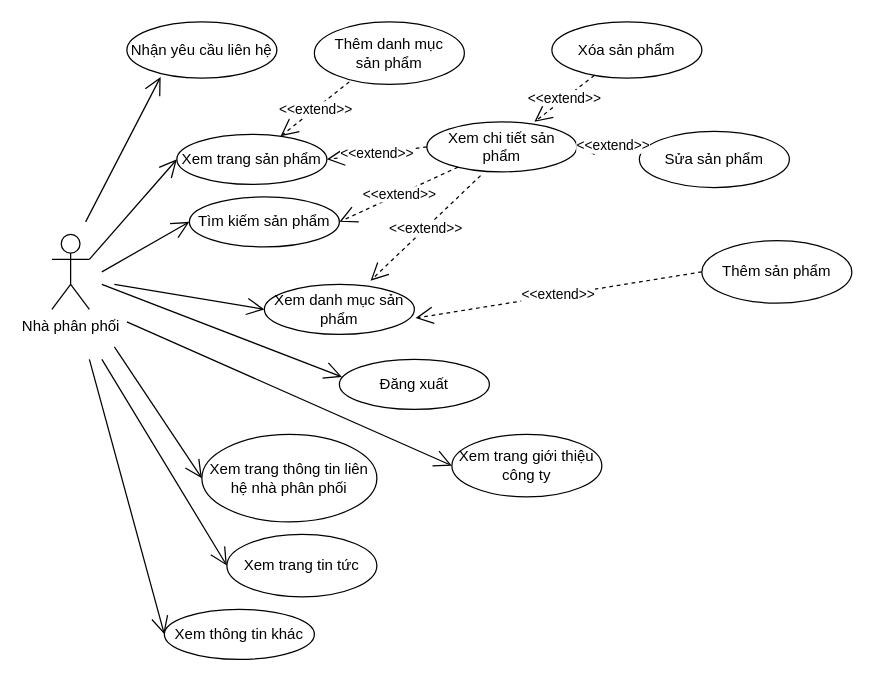
Earlier version of the draw.io diagram Use Case/providerUC.drawio (hoangminh15/PTTKHT). Source tidied: cells renumbered, new cells numbered last; positions are measured from the earlier drawing's top-left corner, leaving out a move shared by most shapes. Both pictures are drawn from the tidied source at 125%, with x=0, y=0 at pixel (51, 21).
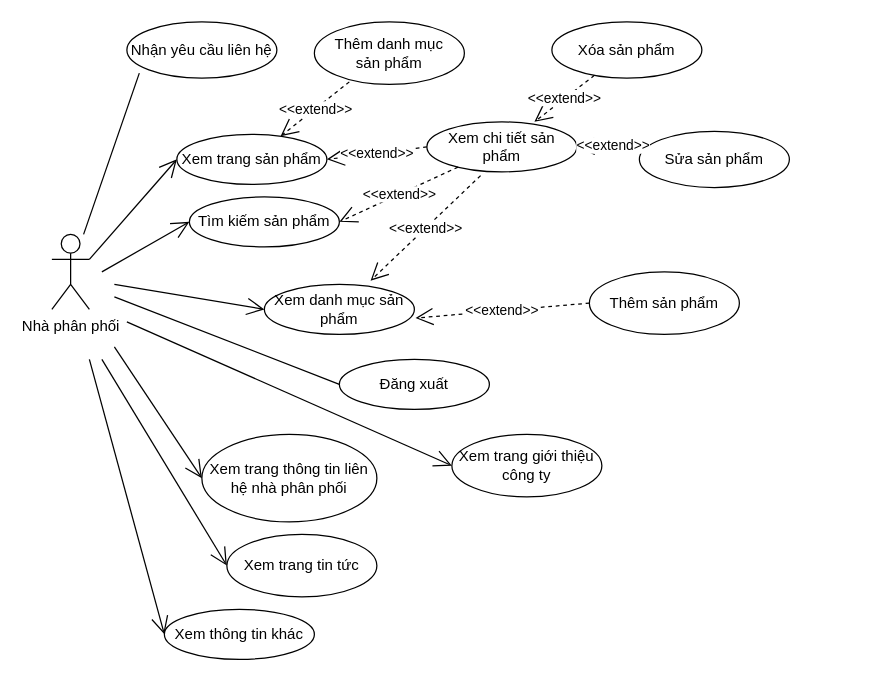
The same page after the edit.

The change refers to these unchanged cells:
```xml
<mxCell id="2" value="Nhận yêu cầu liên hệ" style="ellipse;whiteSpace=wrap;html=1;" parent="1" vertex="1">
  <mxGeometry x="60" width="120" height="45" as="geometry" />
</mxCell>
<mxCell id="6" value="Nhà phân phối&lt;br&gt;" style="shape=umlActor;verticalLabelPosition=bottom;verticalAlign=top;html=1;outlineConnect=0;" parent="1" vertex="1">
  <mxGeometry y="170" width="30" height="60" as="geometry" />
</mxCell>
<mxCell id="7" value="Đăng xuất" style="ellipse;whiteSpace=wrap;html=1;" parent="1" vertex="1">
  <mxGeometry x="230" y="270" width="120" height="40" as="geometry" />
</mxCell>
```

Change to the diagram source:
```diff
@@
     <mxCell id="3" value="Thêm sản phẩm" style="ellipse;whiteSpace=wrap;html=1;" parent="1" vertex="1">
-      <mxGeometry x="520" y="175" width="120" height="50" as="geometry" />
+      <mxGeometry x="430" y="200" width="120" height="50" as="geometry" />
     </mxCell>
@@
-    <mxCell id="8" style="endArrow=open;endFill=1;endSize=12;html=1;entryX=0.225;entryY=0.978;entryDx=0;entryDy=0;entryPerimeter=0;" parent="1" edge="1" target="2">
-      <mxGeometry relative="1" as="geometry">
-        <mxPoint x="27" y="160" as="sourcePoint" />
-      </mxGeometry>
-    </mxCell>
@@
-    <mxCell id="20" style="endArrow=open;endFill=1;endSize=12;html=1;entryX=0.017;entryY=0.35;entryDx=0;entryDy=0;entryPerimeter=0;" parent="1" edge="1" target="7">
-      <mxGeometry relative="1" as="geometry">
-        <mxPoint x="40" y="210" as="sourcePoint" />
-      </mxGeometry>
-    </mxCell>
@@
+    <mxCell id="33" style="endArrow=none;html=1;entryX=0;entryY=0.5;entryDx=0;entryDy=0;" parent="1" edge="1" target="7">
+      <mxGeometry relative="1" as="geometry">
+        <mxPoint x="50" y="220" as="sourcePoint" />
+      </mxGeometry>
+    </mxCell>
+    <mxCell id="34" style="endArrow=none;html=1;entryX=0.083;entryY=0.911;entryDx=0;entryDy=0;entryPerimeter=0;" parent="1" edge="1" source="6" target="2">
+      <mxGeometry relative="1" as="geometry" />
+    </mxCell>
```
